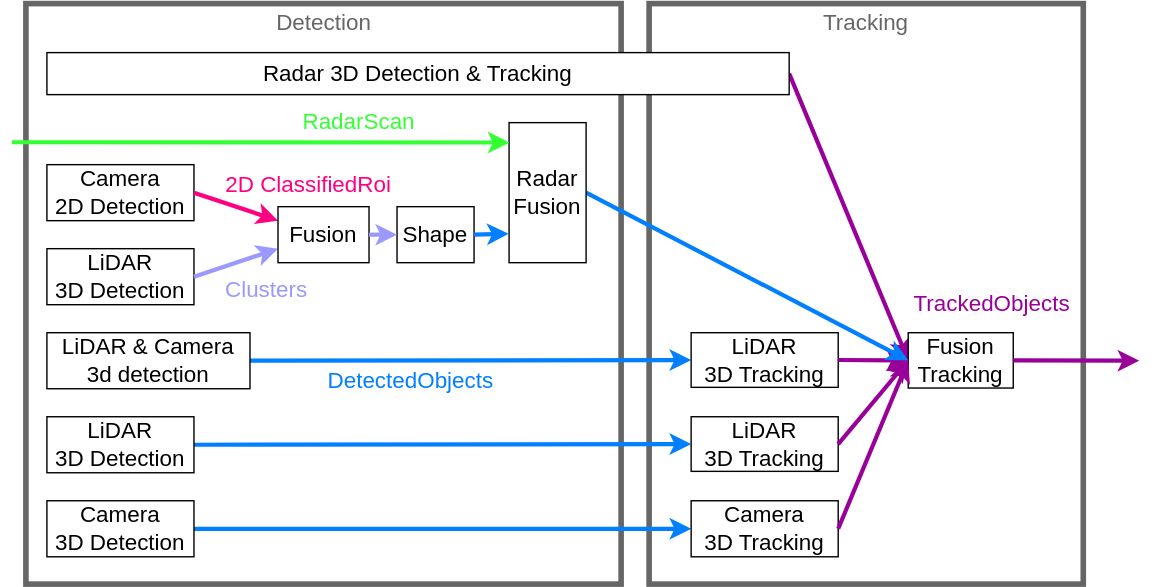
Before: perception/figure/perception_pipeline.drawio.svg, a diagram exported from draw.io (scepter914/autoware-architecture-proposal). Source tidied: cells renumbered, new cells last; positions are measured from the earlier drawing's top-left corner, leaving out a move shared by most shapes.
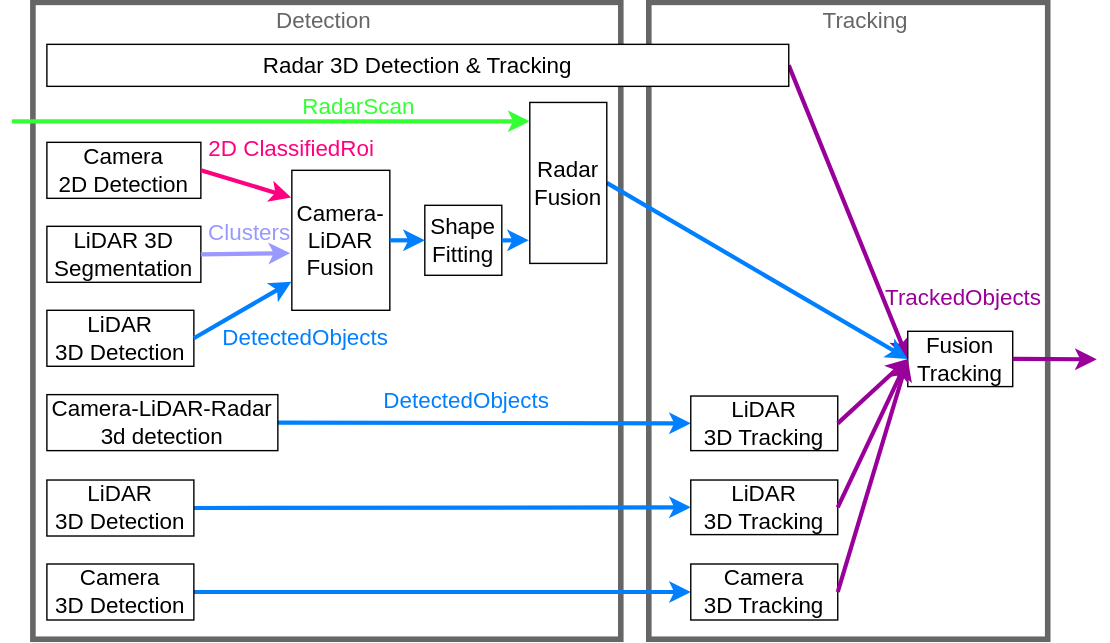
After the commit.

The edit, as a diff of the source:
```diff
@@ -3,15 +3,15 @@
     <mxCell id="0" />
     <mxCell id="1" parent="0" />
     <mxCell id="2" style="rounded=0;whiteSpace=wrap;html=1;fontSize=16;fontColor=#007FFF;strokeColor=#666666;strokeWidth=4;fillColor=none;" parent="1" vertex="1">
-      <mxGeometry x="455" width="310" height="414.5" as="geometry" />
+      <mxGeometry x="450" width="285" height="455" as="geometry" />
     </mxCell>
     <mxCell id="3" style="endArrow=classic;html=1;exitX=1;exitY=0.5;exitDx=0;exitDy=0;strokeWidth=3;strokeColor=#990099;entryX=0;entryY=0.5;entryDx=0;entryDy=0;" parent="1" edge="1" source="11" target="25">
       <mxGeometry relative="1" as="geometry" />
     </mxCell>
     <mxCell id="4" style="rounded=0;whiteSpace=wrap;html=1;fontSize=16;fontColor=#007FFF;strokeColor=#666666;strokeWidth=4;fillColor=none;" parent="1" vertex="1">
-      <mxGeometry x="10" width="425" height="414.5" as="geometry" />
+      <mxGeometry x="10" width="420" height="455" as="geometry" />
     </mxCell>
-    <mxCell id="5" style="endArrow=classic;html=1;exitX=1;exitY=0.5;exitDx=0;exitDy=0;strokeWidth=3;strokeColor=#007FFF;entryX=0;entryY=0.5;entryDx=0;entryDy=0;" parent="1" edge="1" source="19" target="21">
+    <mxCell id="5" style="endArrow=classic;html=1;exitX=1;exitY=0.5;exitDx=0;exitDy=0;strokeWidth=3;strokeColor=#007FFF;entryX=0;entryY=0.5;entryDx=0;entryDy=0;" parent="1" edge="1" source="39" target="21">
       <mxGeometry relative="1" as="geometry" />
     </mxCell>
     <mxCell id="6" style="endArrow=classic;html=1;exitX=1;exitY=0.5;exitDx=0;exitDy=0;strokeWidth=3;strokeColor=#007FFF;entryX=0;entryY=0.5;entryDx=0;entryDy=0;" parent="1" edge="1" source="20" target="23">
@@ -20,73 +20,66 @@
     <mxCell id="7" style="endArrow=classic;html=1;exitX=1;exitY=0.5;exitDx=0;exitDy=0;strokeWidth=3;strokeColor=#007FFF;entryX=0;entryY=0.5;entryDx=0;entryDy=0;" parent="1" edge="1" source="22" target="24">
       <mxGeometry relative="1" as="geometry" />
     </mxCell>
-    <mxCell id="8" value="&lt;font style=&quot;font-size: 16px&quot;&gt;&lt;font color=&quot;#007fff&quot;&gt;DetectedObjects&lt;/font&gt;&lt;br&gt;&lt;/font&gt;" style="text;html=1;strokeColor=none;fillColor=none;align=center;verticalAlign=middle;whiteSpace=wrap;rounded=0;fontSize=15;" parent="1" vertex="1">
-      <mxGeometry x="250" y="260" width="70" height="18" as="geometry" />
-    </mxCell>
     <mxCell id="9" value="&lt;font style=&quot;font-size: 16px&quot;&gt;Camera&lt;br&gt;2D Detection&lt;br&gt;&lt;/font&gt;" style="rounded=0;whiteSpace=wrap;html=1;" parent="1" vertex="1">
-      <mxGeometry x="25" y="115" width="105" height="40" as="geometry" />
+      <mxGeometry x="20" y="100" width="110" height="40" as="geometry" />
     </mxCell>
-    <mxCell id="10" value="&lt;font style=&quot;font-size: 16px&quot;&gt;LiDAR&lt;br&gt;3D Detection&lt;br&gt;&lt;/font&gt;" style="rounded=0;whiteSpace=wrap;html=1;" parent="1" vertex="1">
-      <mxGeometry x="25" y="175" width="105" height="40" as="geometry" />
+    <mxCell id="10" value="&lt;font style=&quot;font-size: 16px&quot;&gt;LiDAR 3D Segmentation&lt;br&gt;&lt;/font&gt;" style="rounded=0;whiteSpace=wrap;html=1;" parent="1" vertex="1">
+      <mxGeometry x="20" y="160" width="110" height="40" as="geometry" />
     </mxCell>
     <mxCell id="11" value="&lt;div&gt;&lt;span style=&quot;font-size: 16px&quot;&gt;Radar 3D Detection &amp;amp; Tracking&lt;/span&gt;&lt;/div&gt;" style="rounded=0;whiteSpace=wrap;html=1;align=center;" parent="1" vertex="1">
-      <mxGeometry x="25" y="35" width="530" height="30" as="geometry" />
+      <mxGeometry x="20" y="30" width="530" height="30" as="geometry" />
     </mxCell>
-    <mxCell id="12" style="endArrow=classic;html=1;strokeWidth=3;fillColor=#60a917;strokeColor=#FF0080;exitX=1;exitY=0.5;exitDx=0;exitDy=0;entryX=0;entryY=0.25;entryDx=0;entryDy=0;" parent="1" edge="1" source="9" target="15">
+    <mxCell id="12" style="endArrow=classic;html=1;strokeWidth=3;fillColor=#60a917;strokeColor=#FF0080;exitX=1;exitY=0.5;exitDx=0;exitDy=0;entryX=-0.007;entryY=0.194;entryDx=0;entryDy=0;entryPerimeter=0;" parent="1" edge="1" source="9" target="15">
       <mxGeometry relative="1" as="geometry" />
     </mxCell>
-    <mxCell id="13" style="endArrow=classic;html=1;strokeWidth=3;fillColor=#60a917;strokeColor=#9999FF;exitX=1;exitY=0.5;exitDx=0;exitDy=0;entryX=0;entryY=0.75;entryDx=0;entryDy=0;" parent="1" edge="1" source="10" target="15">
+    <mxCell id="13" style="endArrow=classic;html=1;strokeWidth=3;fillColor=#60a917;strokeColor=#9999FF;exitX=1;exitY=0.5;exitDx=0;exitDy=0;entryX=-0.017;entryY=0.592;entryDx=0;entryDy=0;entryPerimeter=0;" parent="1" edge="1" source="10" target="15">
       <mxGeometry relative="1" as="geometry" />
     </mxCell>
     <mxCell id="14" value="&lt;font style=&quot;font-size: 16px&quot;&gt;&lt;font style=&quot;font-size: 16px&quot; color=&quot;#ff0080&quot;&gt;2D ClassifiedRoi&lt;/font&gt;&lt;br&gt;&lt;/font&gt;" style="text;html=1;strokeColor=none;fillColor=none;align=center;verticalAlign=middle;whiteSpace=wrap;rounded=0;fontSize=15;" parent="1" vertex="1">
-      <mxGeometry x="146.9" y="120" width="130" height="18" as="geometry" />
+      <mxGeometry x="130" y="95" width="130" height="18" as="geometry" />
     </mxCell>
-    <mxCell id="15" value="&lt;font&gt;&lt;font style=&quot;font-size: 16px&quot;&gt;Fusion&lt;/font&gt;&lt;br&gt;&lt;/font&gt;" style="rounded=0;whiteSpace=wrap;html=1;" parent="1" vertex="1">
-      <mxGeometry x="190" y="145" width="65" height="40" as="geometry" />
+    <mxCell id="15" value="&lt;font&gt;&lt;font style=&quot;font-size: 16px&quot;&gt;Camera-LiDAR&lt;br&gt;Fusion&lt;/font&gt;&lt;br&gt;&lt;/font&gt;" style="rounded=0;whiteSpace=wrap;html=1;" parent="1" vertex="1">
+      <mxGeometry x="195" y="120" width="70" height="100" as="geometry" />
     </mxCell>
-    <mxCell id="16" value="&lt;font&gt;&lt;font style=&quot;font-size: 16px&quot;&gt;Shape&lt;/font&gt;&lt;br&gt;&lt;/font&gt;" style="rounded=0;whiteSpace=wrap;html=1;" parent="1" vertex="1">
-      <mxGeometry x="275" y="145" width="55" height="40" as="geometry" />
+    <mxCell id="16" value="&lt;font&gt;&lt;font style=&quot;font-size: 16px&quot;&gt;Shape Fitting&lt;/font&gt;&lt;br&gt;&lt;/font&gt;" style="rounded=0;whiteSpace=wrap;html=1;" parent="1" vertex="1">
+      <mxGeometry x="290" y="145" width="55" height="50" as="geometry" />
     </mxCell>
     <mxCell id="17" value="&lt;font style=&quot;font-size: 16px&quot;&gt;&lt;font color=&quot;#9999ff&quot;&gt;Clusters&lt;/font&gt;&lt;br&gt;&lt;/font&gt;" style="text;html=1;strokeColor=none;fillColor=none;align=center;verticalAlign=middle;whiteSpace=wrap;rounded=0;fontSize=15;" parent="1" vertex="1">
-      <mxGeometry x="146.9" y="195" width="70" height="18" as="geometry" />
+      <mxGeometry x="130" y="155" width="70" height="18" as="geometry" />
     </mxCell>
-    <mxCell id="18" style="endArrow=classic;html=1;strokeWidth=3;fillColor=#60a917;strokeColor=#9999FF;exitX=1;exitY=0.5;exitDx=0;exitDy=0;entryX=0;entryY=0.5;entryDx=0;entryDy=0;" parent="1" edge="1" source="15" target="16">
-      <mxGeometry relative="1" as="geometry" />
-    </mxCell>
-    <mxCell id="19" value="&lt;font style=&quot;font-size: 16px&quot;&gt;LiDAR &amp;amp; Camera&amp;nbsp;&lt;br&gt;3d detection&lt;br&gt;&lt;/font&gt;" style="rounded=0;whiteSpace=wrap;html=1;" parent="1" vertex="1">
-      <mxGeometry x="25" y="235" width="145" height="40" as="geometry" />
-    </mxCell>
     <mxCell id="20" value="&lt;font style=&quot;font-size: 16px&quot;&gt;LiDAR&lt;br&gt;3D Detection&lt;br&gt;&lt;/font&gt;" style="rounded=0;whiteSpace=wrap;html=1;" parent="1" vertex="1">
-      <mxGeometry x="25" y="295" width="105" height="40" as="geometry" />
+      <mxGeometry x="20" y="341.2" width="105" height="40" as="geometry" />
     </mxCell>
     <mxCell id="21" value="&lt;font style=&quot;font-size: 16px&quot;&gt;LiDAR&lt;br&gt;3D Tracking&lt;br&gt;&lt;/font&gt;" style="rounded=0;whiteSpace=wrap;html=1;" parent="1" vertex="1">
-      <mxGeometry x="485" y="235" width="105" height="39" as="geometry" />
+      <mxGeometry x="480" y="281.2" width="105" height="39" as="geometry" />
     </mxCell>
     <mxCell id="22" value="&lt;font style=&quot;font-size: 16px&quot;&gt;Camera&lt;br&gt;3D Detection&lt;br&gt;&lt;/font&gt;" style="rounded=0;whiteSpace=wrap;html=1;" parent="1" vertex="1">
-      <mxGeometry x="25" y="355" width="105" height="40" as="geometry" />
+      <mxGeometry x="20" y="401.2" width="105" height="40" as="geometry" />
     </mxCell>
     <mxCell id="23" value="&lt;font style=&quot;font-size: 16px&quot;&gt;LiDAR&lt;br&gt;3D Tracking&lt;br&gt;&lt;/font&gt;" style="rounded=0;whiteSpace=wrap;html=1;" parent="1" vertex="1">
-      <mxGeometry x="485" y="295" width="105" height="39" as="geometry" />
+      <mxGeometry x="480" y="341.2" width="105" height="39" as="geometry" />
     </mxCell>
     <mxCell id="24" value="&lt;font style=&quot;font-size: 16px&quot;&gt;Camera&lt;br&gt;3D Tracking&lt;br&gt;&lt;/font&gt;" style="rounded=0;whiteSpace=wrap;html=1;" parent="1" vertex="1">
-      <mxGeometry x="485" y="355" width="105" height="40" as="geometry" />
+      <mxGeometry x="480" y="401.2" width="105" height="40" as="geometry" />
     </mxCell>
     <mxCell id="25" value="&lt;font style=&quot;font-size: 16px&quot;&gt;Fusion&lt;br&gt;Tracking&lt;br&gt;&lt;/font&gt;" style="rounded=0;whiteSpace=wrap;html=1;" parent="1" vertex="1">
-      <mxGeometry x="640" y="235" width="75" height="39.5" as="geometry" />
+      <mxGeometry x="635" y="235" width="75" height="39.5" as="geometry" />
     </mxCell>
     <mxCell id="26" style="endArrow=classic;html=1;exitX=1;exitY=0.5;exitDx=0;exitDy=0;strokeWidth=3;strokeColor=#990099;entryX=0;entryY=0.5;entryDx=0;entryDy=0;" parent="1" edge="1" source="21" target="25">
       <mxGeometry relative="1" as="geometry" />
     </mxCell>
     <mxCell id="27" value="&lt;font style=&quot;font-size: 16px&quot;&gt;&lt;font color=&quot;#990099&quot;&gt;TrackedObjects&lt;/font&gt;&lt;br&gt;&lt;/font&gt;" style="text;html=1;strokeColor=none;fillColor=none;align=center;verticalAlign=middle;whiteSpace=wrap;rounded=0;fontSize=15;" parent="1" vertex="1">
-      <mxGeometry x="665" y="205" width="70" height="18" as="geometry" />
+      <mxGeometry x="640" y="202" width="70" height="18" as="geometry" />
     </mxCell>
     <mxCell id="28" style="endArrow=classic;html=1;exitX=1;exitY=0.5;exitDx=0;exitDy=0;strokeWidth=3;strokeColor=#990099;" parent="1" edge="1" source="25">
       <mxGeometry relative="1" as="geometry">
-        <mxPoint x="805" y="255" as="targetPoint" />
+        <mxPoint x="770" y="255" as="targetPoint" />
       </mxGeometry>
     </mxCell>
-    <mxCell id="29" style="endArrow=classic;html=1;exitX=1;exitY=0.5;exitDx=0;exitDy=0;strokeWidth=3;strokeColor=#990099;entryX=0;entryY=0.5;entryDx=0;entryDy=0;" parent="1" edge="1" source="23" target="25">
-      <mxGeometry relative="1" as="geometry" />
+    <mxCell id="29" style="endArrow=classic;html=1;exitX=1;exitY=0.5;exitDx=0;exitDy=0;strokeWidth=3;strokeColor=#990099;" parent="1" edge="1" source="23">
+      <mxGeometry relative="1" as="geometry">
+        <mxPoint x="635" y="255" as="targetPoint" />
+      </mxGeometry>
     </mxCell>
     <mxCell id="30" style="endArrow=classic;html=1;exitX=1;exitY=0.5;exitDx=0;exitDy=0;strokeWidth=3;strokeColor=#990099;entryX=0;entryY=0.5;entryDx=0;entryDy=0;" parent="1" edge="1" source="24" target="25">
       <mxGeometry relative="1" as="geometry" />
@@ -95,24 +88,42 @@
       <mxGeometry relative="1" as="geometry" />
     </mxCell>
     <mxCell id="32" value="&lt;font&gt;&lt;font style=&quot;font-size: 16px&quot;&gt;Radar&lt;br&gt;Fusion&lt;/font&gt;&lt;br&gt;&lt;/font&gt;" style="rounded=0;whiteSpace=wrap;html=1;" parent="1" vertex="1">
-      <mxGeometry x="355" y="85" width="55" height="100" as="geometry" />
+      <mxGeometry x="365" y="71.5" width="55" height="115" as="geometry" />
     </mxCell>
-    <mxCell id="33" style="endArrow=classic;html=1;exitX=1;exitY=0.5;exitDx=0;exitDy=0;strokeWidth=3;strokeColor=#007FFF;entryX=-0.006;entryY=0.793;entryDx=0;entryDy=0;entryPerimeter=0;" parent="1" edge="1" source="16" target="32">
+    <mxCell id="33" style="endArrow=classic;html=1;exitX=1;exitY=0.5;exitDx=0;exitDy=0;strokeWidth=3;strokeColor=#007FFF;entryX=-0.012;entryY=0.856;entryDx=0;entryDy=0;entryPerimeter=0;" parent="1" edge="1" source="16" target="32">
       <mxGeometry relative="1" as="geometry" />
     </mxCell>
     <mxCell id="34" value="&lt;font color=&quot;#666666&quot;&gt;Detection&lt;/font&gt;" style="text;html=1;strokeColor=none;fillColor=none;align=center;verticalAlign=middle;whiteSpace=wrap;rounded=0;fontSize=16;fontColor=#007FFF;" parent="1" vertex="1">
-      <mxGeometry x="192.5" width="60" height="25" as="geometry" />
+      <mxGeometry x="187.5" width="60" height="25" as="geometry" />
     </mxCell>
     <mxCell id="35" value="&lt;font color=&quot;#666666&quot;&gt;Tracking&lt;/font&gt;" style="text;html=1;strokeColor=none;fillColor=none;align=center;verticalAlign=middle;whiteSpace=wrap;rounded=0;fontSize=16;fontColor=#007FFF;" parent="1" vertex="1">
-      <mxGeometry x="580" width="60" height="25" as="geometry" />
+      <mxGeometry x="575" width="60" height="25" as="geometry" />
     </mxCell>
     <mxCell id="36" value="&lt;font style=&quot;font-size: 16px&quot;&gt;&lt;font style=&quot;font-size: 16px&quot; color=&quot;#33ff33&quot;&gt;RadarScan&lt;/font&gt;&lt;br&gt;&lt;/font&gt;" style="text;html=1;strokeColor=none;fillColor=none;align=center;verticalAlign=middle;whiteSpace=wrap;rounded=0;fontSize=15;" parent="1" vertex="1">
-      <mxGeometry x="192.5" y="75" width="110" height="18" as="geometry" />
+      <mxGeometry x="187.5" y="65" width="110" height="18" as="geometry" />
     </mxCell>
-    <mxCell id="37" style="endArrow=classic;html=1;strokeWidth=3;fillColor=#60a917;strokeColor=#33FF33;entryX=0.005;entryY=0.142;entryDx=0;entryDy=0;entryPerimeter=0;" parent="1" edge="1" target="32">
+    <mxCell id="37" style="endArrow=classic;html=1;strokeWidth=3;fillColor=#60a917;strokeColor=#33FF33;entryX=-0.002;entryY=0.117;entryDx=0;entryDy=0;entryPerimeter=0;" parent="1" edge="1" target="32">
       <mxGeometry relative="1" as="geometry">
-        <mxPoint y="99" as="sourcePoint" />
+        <mxPoint x="-5" y="85" as="sourcePoint" />
       </mxGeometry>
     </mxCell>
+    <mxCell id="38" value="&lt;font style=&quot;font-size: 16px&quot;&gt;&lt;font color=&quot;#007fff&quot;&gt;DetectedObjects&lt;/font&gt;&lt;br&gt;&lt;/font&gt;" style="text;html=1;strokeColor=none;fillColor=none;align=center;verticalAlign=middle;whiteSpace=wrap;rounded=0;fontSize=15;" parent="1" vertex="1">
+      <mxGeometry x="285" y="274.5" width="70" height="18" as="geometry" />
+    </mxCell>
+    <mxCell id="39" value="&lt;font style=&quot;font-size: 16px&quot;&gt;Camera-LiDAR-Radar&amp;nbsp;&lt;br&gt;3d detection&lt;br&gt;&lt;/font&gt;" style="rounded=0;whiteSpace=wrap;html=1;" parent="1" vertex="1">
+      <mxGeometry x="20" y="280.2" width="165" height="40" as="geometry" />
+    </mxCell>
+    <mxCell id="40" value="&lt;font style=&quot;font-size: 16px&quot;&gt;LiDAR&lt;br&gt;3D Detection&lt;br&gt;&lt;/font&gt;" style="rounded=0;whiteSpace=wrap;html=1;" parent="1" vertex="1">
+      <mxGeometry x="20" y="220" width="105" height="40" as="geometry" />
+    </mxCell>
+    <mxCell id="18" style="endArrow=classic;html=1;exitX=1;exitY=0.5;exitDx=0;exitDy=0;strokeWidth=3;strokeColor=#007FFF;entryX=0;entryY=0.5;entryDx=0;entryDy=0;" parent="1" edge="1" source="15" target="16">
+      <mxGeometry relative="1" as="geometry" />
+    </mxCell>
+    <mxCell id="41" style="endArrow=classic;html=1;exitX=1;exitY=0.5;exitDx=0;exitDy=0;strokeWidth=3;strokeColor=#007FFF;entryX=-0.005;entryY=0.796;entryDx=0;entryDy=0;entryPerimeter=0;" parent="1" edge="1" source="40" target="15">
+      <mxGeometry relative="1" as="geometry" />
+    </mxCell>
+    <mxCell id="42" value="&lt;font style=&quot;font-size: 16px&quot;&gt;&lt;font color=&quot;#007fff&quot;&gt;DetectedObjects&lt;/font&gt;&lt;br&gt;&lt;/font&gt;" style="text;html=1;strokeColor=none;fillColor=none;align=center;verticalAlign=middle;whiteSpace=wrap;rounded=0;fontSize=15;" parent="1" vertex="1">
+      <mxGeometry x="170" y="230" width="70" height="18" as="geometry" />
+    </mxCell>
   </root>
 </mxGraphModel>
```
